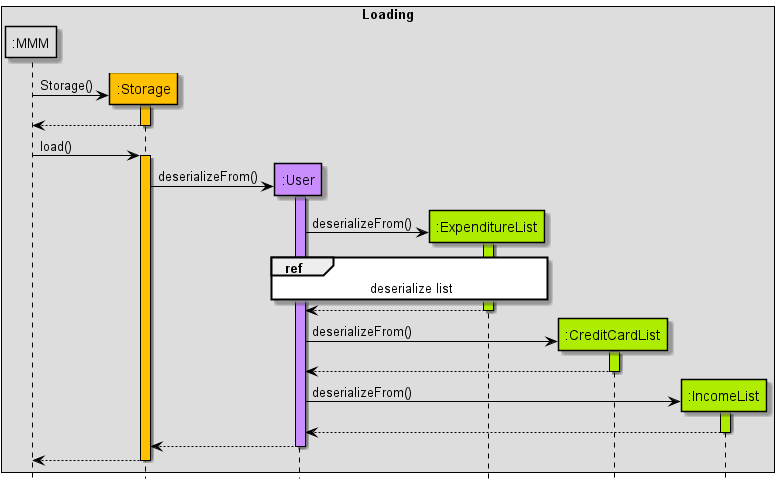
The PlantUML diagram docs/images/LoadingSequenceDiagramFinal.png in nus-cs2113-AY2122S2/tp, before a commit.
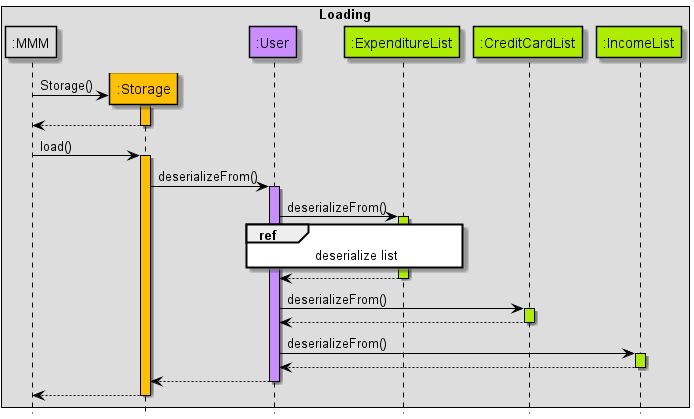
The same file after the commit.

The edit, as a diff of the source:
```diff
@@ -24,16 +24,16 @@
 
 MMM -> Storage : load()
 activate Storage STORAGE_COLOUR
-Storage -> User ** : deserializeFrom()
+Storage -> User  : deserializeFrom()
 activate User USERFINANCIAL_COLOUR
-User -> ExpenditureList ** : deserializeFrom()
+User -> ExpenditureList : deserializeFrom()
 activate ExpenditureList DATA_COLOUR
 ref over User, ExpenditureList : deserialize list
 ExpenditureList --> User --
-User -> CreditCardList ** : deserializeFrom()
+User -> CreditCardList  : deserializeFrom()
 activate CreditCardList DATA_COLOUR
 CreditCardList --> User --
-User -> IncomeList ** : deserializeFrom()
+User -> IncomeList  : deserializeFrom()
 activate IncomeList DATA_COLOUR
 IncomeList --> User --
 User --> Storage --
```
